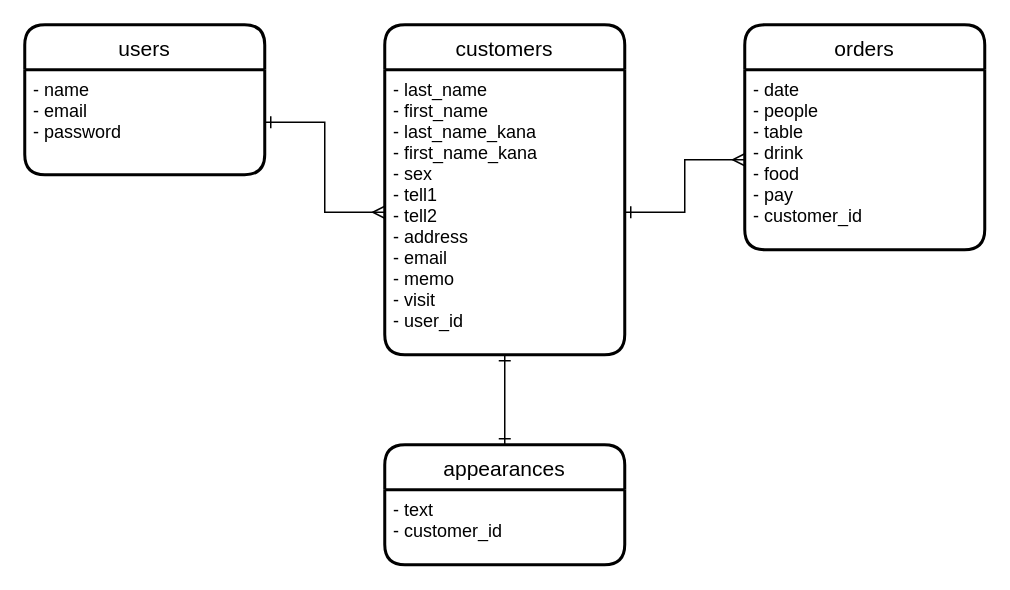
mamoru-ando/customer_info keeps this draw.io diagram as customer.dio. Above is the earlier version. Source tidied: cells renumbered, new cells numbered last; positions are measured from the earlier drawing's top-left corner, leaving out a move shared by most shapes. Both pictures are drawn from the tidied source at 150%, with x=0, y=0 at pixel (24, 24).
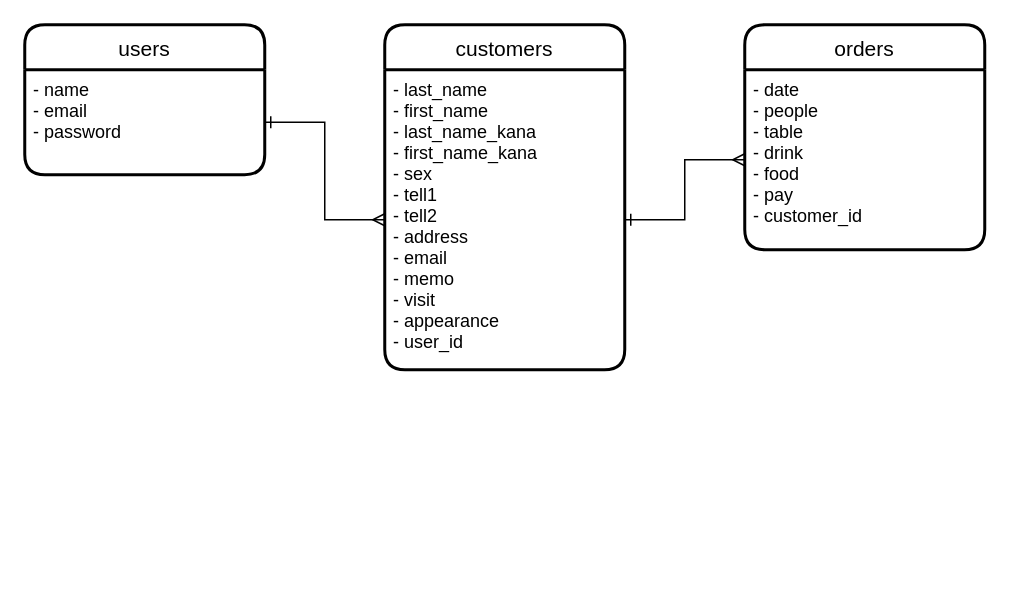
Above is the later version.

Diff of the diagram source:
```diff
@@
 <mxGraphModel>
   <root>
     <mxCell id="0" />
     <mxCell id="1" parent="0" />
     <mxCell id="2" value="users" style="swimlane;horizontal=1;startSize=30;rounded=1;fontSize=14;fontStyle=0;strokeWidth=2;shadow=0;dashed=0;align=center;" parent="1" vertex="1">
       <mxGeometry width="160" height="100" as="geometry" />
     </mxCell>
     <mxCell id="3" value="- name&#10;- email&#10;- password" style="align=left;strokeColor=none;fillColor=none;spacingLeft=4;fontSize=12;verticalAlign=top;" parent="2" vertex="1">
       <mxGeometry y="30" width="160" height="70" as="geometry" />
     </mxCell>
-    <mxCell id="4" value="appearances" style="swimlane;horizontal=1;startSize=30;rounded=1;fontSize=14;fontStyle=0;strokeWidth=2;shadow=0;dashed=0;align=center;" parent="1" vertex="1">
-      <mxGeometry x="240" y="280" width="160" height="80" as="geometry" />
-    </mxCell>
-    <mxCell id="5" value="- text&#10;- customer_id" style="align=left;strokeColor=none;fillColor=none;spacingLeft=4;fontSize=12;verticalAlign=top;" parent="4" vertex="1">
-      <mxGeometry y="30" width="160" height="50" as="geometry" />
-    </mxCell>
     <mxCell id="6" value="orders" style="swimlane;horizontal=1;startSize=30;rounded=1;fontSize=14;fontStyle=0;strokeWidth=2;shadow=0;dashed=0;align=center;" parent="1" vertex="1">
       <mxGeometry x="480" width="160" height="150" as="geometry" />
     </mxCell>
     <mxCell id="7" value="- date&#10;- people&#10;- table&#10;- drink&#10;- food&#10;- pay&#10;- customer_id" style="align=left;strokeColor=none;fillColor=none;spacingLeft=4;fontSize=12;verticalAlign=top;" parent="6" vertex="1">
       <mxGeometry y="30" width="160" height="120" as="geometry" />
     </mxCell>
     <mxCell id="8" value="customers" style="swimlane;horizontal=1;startSize=30;rounded=1;fontSize=14;fontStyle=0;strokeWidth=2;shadow=0;dashed=0;align=center;" parent="1" vertex="1">
-      <mxGeometry x="240" width="160" height="220" as="geometry" />
+      <mxGeometry x="240" width="160" height="230" as="geometry" />
     </mxCell>
-    <mxCell id="9" value="- last_name&#10;- first_name&#10;- last_name_kana&#10;- first_name_kana&#10;- sex&#10;- tell1&#10;- tell2&#10;- address&#10;- email&#10;- memo&#10;- visit&#10;- user_id" style="align=left;strokeColor=none;fillColor=none;spacingLeft=4;fontSize=12;verticalAlign=top;" parent="8" vertex="1">
-      <mxGeometry y="30" width="160" height="190" as="geometry" />
+    <mxCell id="9" value="- last_name&#10;- first_name&#10;- last_name_kana&#10;- first_name_kana&#10;- sex&#10;- tell1&#10;- tell2&#10;- address&#10;- email&#10;- memo&#10;- visit&#10;- appearance&#10;- user_id" style="align=left;strokeColor=none;fillColor=none;spacingLeft=4;fontSize=12;verticalAlign=top;" parent="8" vertex="1">
+      <mxGeometry y="30" width="160" height="200" as="geometry" />
     </mxCell>
     <mxCell id="10" style="edgeStyle=orthogonalEdgeStyle;rounded=0;jettySize=auto;html=1;exitX=1;exitY=0.5;exitDx=0;exitDy=0;entryX=0;entryY=0.5;entryDx=0;entryDy=0;startArrow=ERone;startFill=0;endArrow=ERmany;endFill=0;" parent="1" edge="1" source="3" target="9">
       <mxGeometry relative="1" as="geometry" />
     </mxCell>
     <mxCell id="11" style="edgeStyle=orthogonalEdgeStyle;rounded=0;jettySize=auto;html=1;exitX=1;exitY=0.5;exitDx=0;exitDy=0;entryX=0;entryY=0.5;entryDx=0;entryDy=0;startArrow=ERone;startFill=0;endArrow=ERmany;endFill=0;" parent="1" edge="1" source="9" target="7">
       <mxGeometry relative="1" as="geometry" />
     </mxCell>
-    <mxCell id="12" style="edgeStyle=orthogonalEdgeStyle;rounded=0;jettySize=auto;html=1;exitX=0.5;exitY=1;exitDx=0;exitDy=0;entryX=0.5;entryY=0;entryDx=0;entryDy=0;startArrow=ERone;startFill=0;endArrow=ERone;endFill=0;" parent="1" edge="1" source="9" target="4">
-      <mxGeometry relative="1" as="geometry" />
-    </mxCell>
   </root>
 </mxGraphModel>
```
